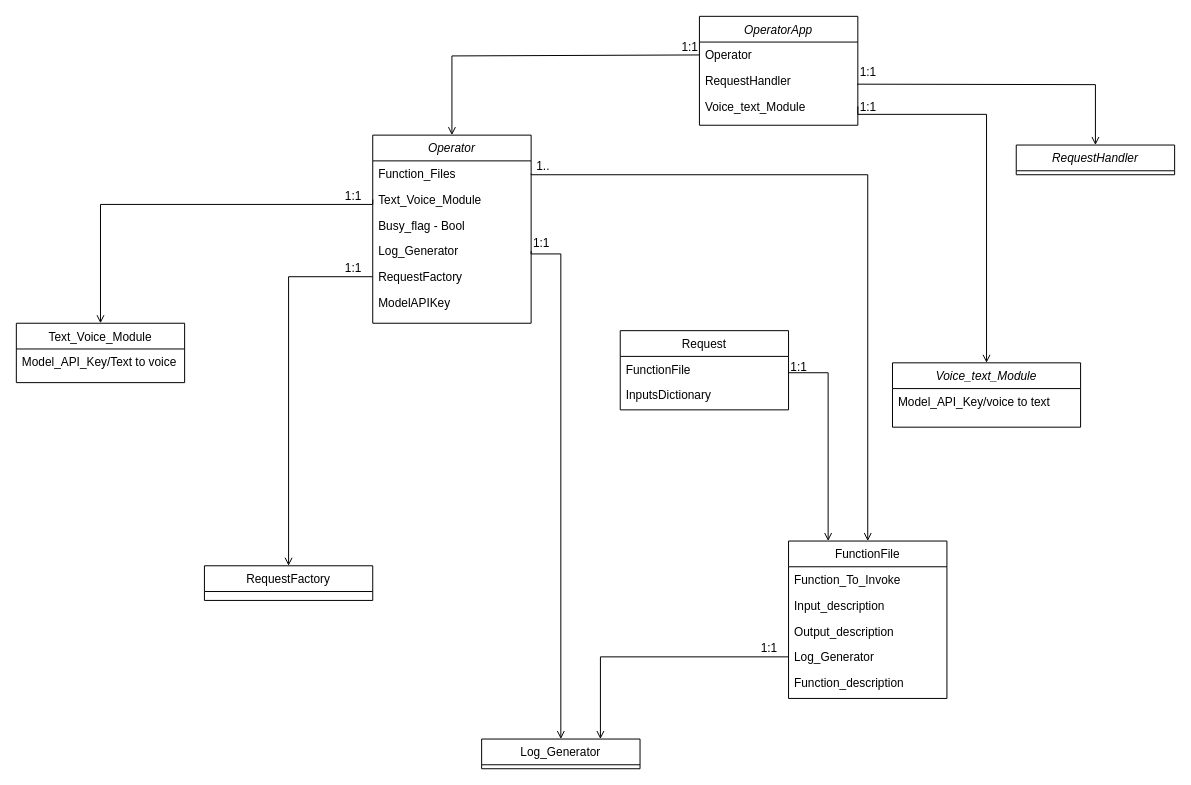
Above: Operator_class_diagram.drawio in HssainAzaqy135/Voice-Operator (draw.io), before the change. Source tidied: cells renumbered, new cells numbered last; positions are measured from the earlier drawing's top-left corner, leaving out a move shared by most shapes. Both pictures are drawn from the tidied source at 99%, with x=0, y=0 at pixel (16, 16).
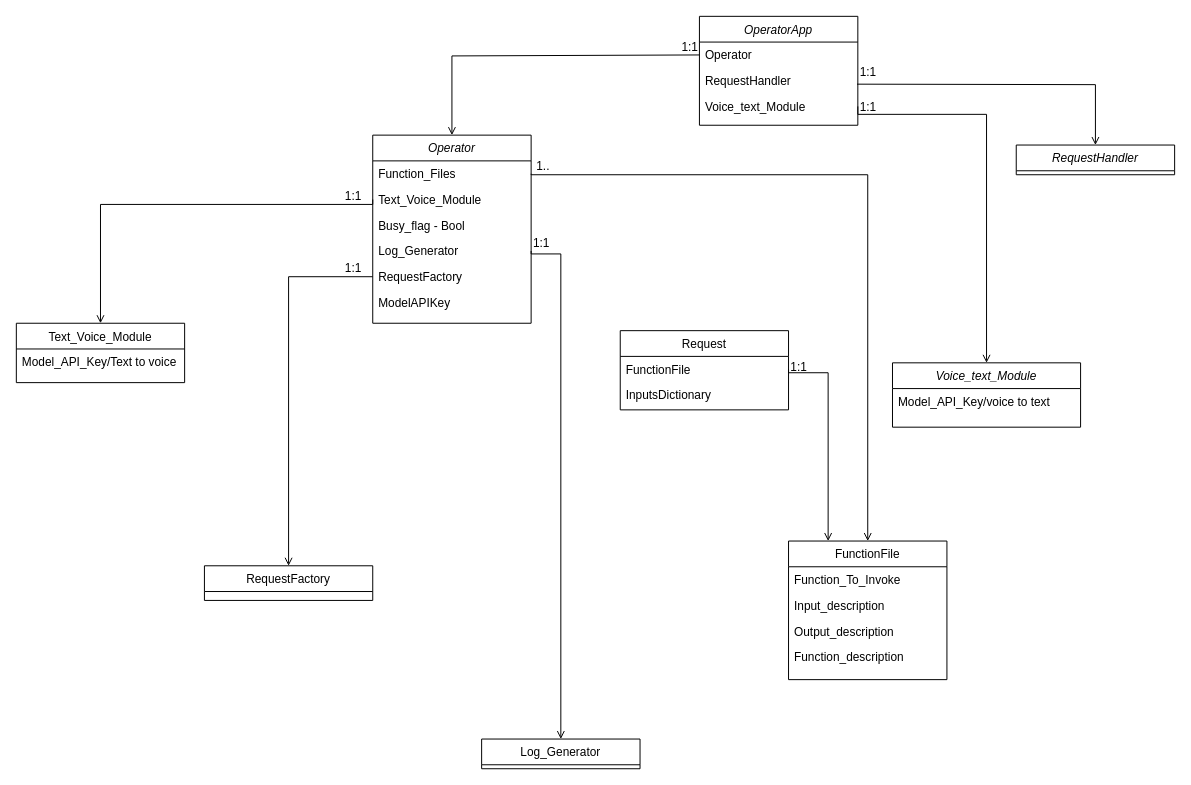
The same diagram, later.

Commit message (it also covers changes not shown here):
added the operator class frame and re wrote some of the OperatorApp class

Unchanged cells that the change refers to:
```xml
<mxCell id="9" value="Log_Generator" style="swimlane;fontStyle=0;align=center;verticalAlign=top;horizontal=1;startSize=26;rounded=0;shadow=0;strokeWidth=1;" parent="1" vertex="1">
  <mxGeometry x="470" y="730" width="160" height="30" as="geometry" />
</mxCell>
```

The edit, as a diff of the source:
```diff
@@
     <mxCell id="12" value="FunctionFile" style="swimlane;fontStyle=0;align=center;verticalAlign=top;horizontal=1;startSize=26;rounded=0;shadow=0;strokeWidth=1;" parent="1" vertex="1">
-      <mxGeometry x="780" y="530" width="160" height="159" as="geometry" />
+      <mxGeometry x="780" y="530" width="160" height="140" as="geometry" />
     </mxCell>
@@
-    <mxCell id="16" value="Log_Generator" style="text;align=left;verticalAlign=top;spacingLeft=4;spacingRight=4;overflow=hidden;points=[[0,0.5],[1,0.5]];portConstraint=eastwest;rounded=0;shadow=0;html=0;" parent="12" vertex="1">
-      <mxGeometry y="104" width="160" height="26" as="geometry" />
-    </mxCell>
     <mxCell id="17" value="Function_description" style="text;align=left;verticalAlign=top;spacingLeft=4;spacingRight=4;overflow=hidden;rounded=0;shadow=0;html=0;" parent="12" vertex="1">
-      <mxGeometry y="130" width="160" height="26" as="geometry" />
+      <mxGeometry y="104" width="160" height="26" as="geometry" />
     </mxCell>
@@
-    <mxCell id="24" style="endArrow=open;shadow=0;strokeWidth=1;rounded=0;endFill=1;edgeStyle=elbowEdgeStyle;elbow=vertical;entryX=0.75;entryY=0;entryDx=0;entryDy=0;exitX=0;exitY=0.5;exitDx=0;exitDy=0;" parent="1" edge="1" source="16" target="9">
-      <mxGeometry x="0.5" y="41" relative="1" as="geometry">
-        <Array as="points">
-          <mxPoint x="690" y="647" />
-          <mxPoint x="680" y="745" />
-          <mxPoint x="510" y="588" />
-          <mxPoint x="550" y="578" />
-        </Array>
-        <mxPoint x="-40" y="32" as="offset" />
-      </mxGeometry>
-    </mxCell>
-    <mxCell id="25" value="1:1" style="align=right;verticalAlign=bottom;labelBackgroundColor=none;fontSize=12;" parent="24" vertex="1">
-      <mxGeometry x="1" relative="1" as="geometry">
-        <mxPoint x="180" y="-83" as="offset" />
-      </mxGeometry>
-    </mxCell>
```
